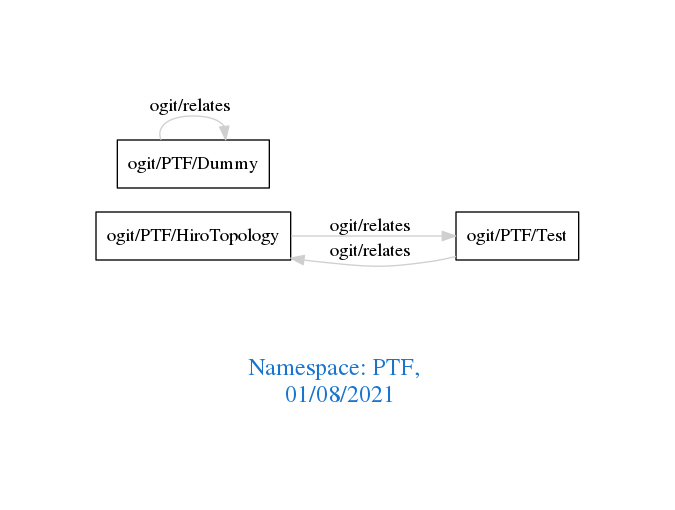
Before: downloads/PTF.png, a diagram exported from Graphviz (arago/OGIT). Its source is kept beside it as downloads/PTF.dot.
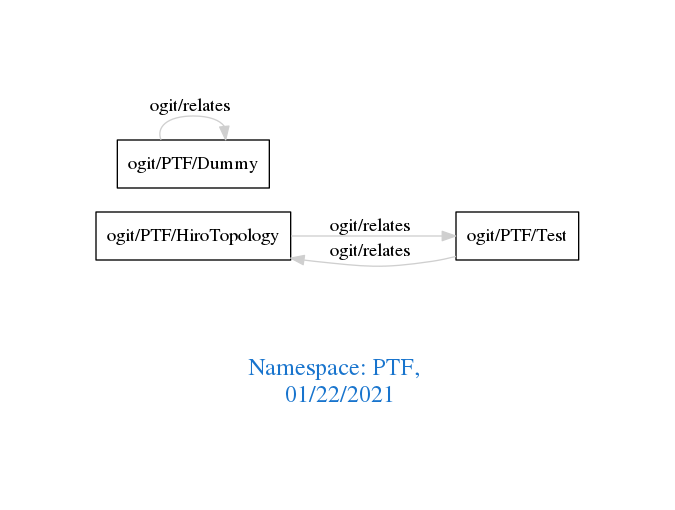
After the commit.

Diff of the diagram source:
```diff
@@ -1,7 +1,7 @@
 digraph OGIT_ontology {
  graph [ rankdir= LR,pad=1
 fontsize = 18,
-fontcolor= dodgerblue3,label = "\n\n\nNamespace: PTF, \n 01/08/2021"];
+fontcolor= dodgerblue3,label = "\n\n\nNamespace: PTF, \n 01/22/2021"];
 node[shape=polygon];
 edge [  color="gray81"];
 
```
